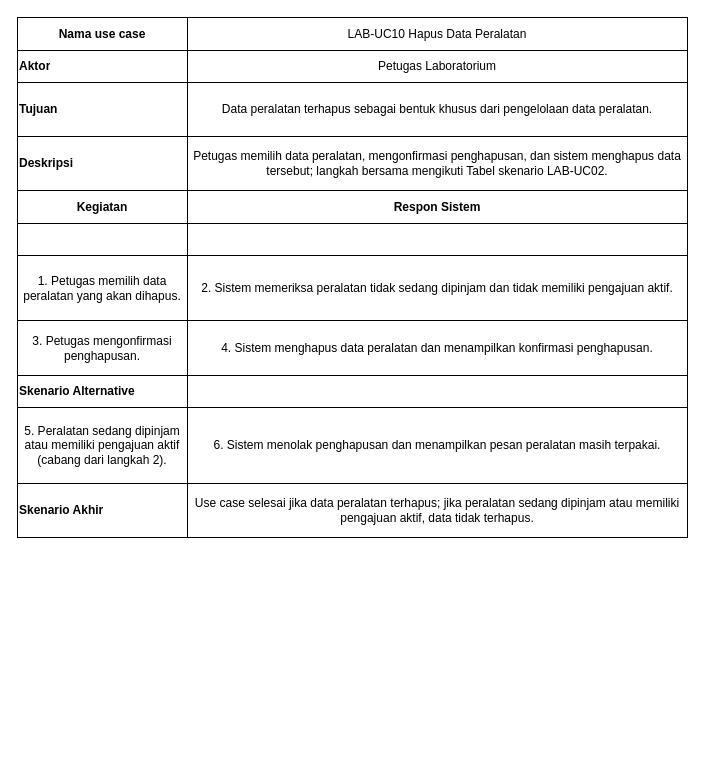
Above: page "Page-10" (10 of 12) of 04_model_analisis/P05/LAB/P05_2406030_LAB_skenario_v01.drawio in eyka02/IFRWP5149_2406030_LabAlat (draw.io), before the change. Source tidied: cells renumbered, new cells numbered last; positions are measured from the earlier drawing's top-left corner, leaving out a move shared by most shapes. Both pictures are drawn from the tidied source at 100%, with x=0, y=0 at pixel (17, 17).
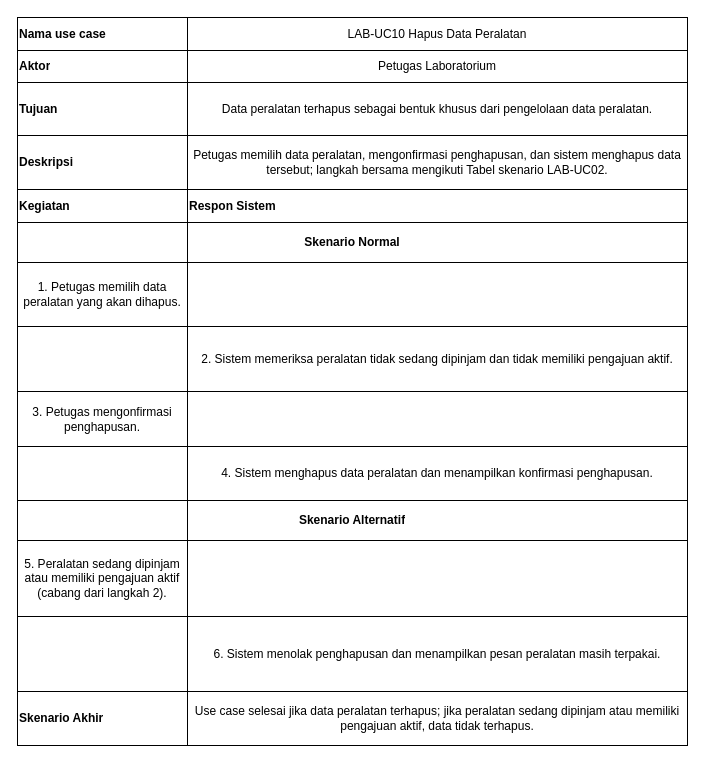
The same diagram, later.

Diff of the diagram source:
```diff
@@
     <mxCell id="2" style="shape=table;startSize=0;childLayout=tableLayout;fixedHeader=1;tableRender=collapsed;" parent="1" vertex="1">
-      <mxGeometry width="670" height="520" as="geometry" />
+      <mxGeometry width="670" height="728" as="geometry" />
     </mxCell>
-    <mxCell id="3" style="shape=tableRow;horizontal=0;startSize=0;swimlaneHead=0;swimlaneBody=0;strokeColor=inherit;fillColor=none;fixedHeader=1;" parent="2" vertex="1">
+    <mxCell id="3" style="shape=tableRow;horizontal=0;startSize=0;strokeColor=#000000;strokeWidth=1;fillColor=none;" parent="2" vertex="1">
       <mxGeometry width="670" height="33" as="geometry" />
     </mxCell>
-    <mxCell id="4" value="&lt;b&gt;Nama use case&lt;/b&gt;" style="shape=partialRectangle;html=1;whiteSpace=wrap;strokeColor=inherit;overflow=hidden;fillColor=none;" parent="3" vertex="1">
+    <mxCell id="4" value="&lt;b&gt;Nama use case&lt;/b&gt;" style="shape=partialRectangle;html=1;whiteSpace=wrap;strokeColor=#000000;strokeWidth=1;overflow=hidden;fillColor=none;align=left;verticalAlign=middle;" parent="3" vertex="1">
       <mxGeometry width="170" height="33" as="geometry" />
     </mxCell>
-    <mxCell id="5" value="LAB-UC10 Hapus Data Peralatan" style="shape=partialRectangle;html=1;whiteSpace=wrap;strokeColor=inherit;overflow=hidden;fillColor=none;" parent="3" vertex="1">
+    <mxCell id="5" value="LAB-UC10 Hapus Data Peralatan" style="shape=partialRectangle;html=1;whiteSpace=wrap;strokeColor=#000000;strokeWidth=1;overflow=hidden;fillColor=none;verticalAlign=middle;" parent="3" vertex="1">
       <mxGeometry x="170" width="500" height="33" as="geometry" />
     </mxCell>
-    <mxCell id="6" style="shape=tableRow;horizontal=0;startSize=0;strokeColor=inherit;fillColor=none;fixedHeader=1;" parent="2" vertex="1">
+    <mxCell id="6" style="shape=tableRow;horizontal=0;startSize=0;strokeColor=#000000;strokeWidth=1;fillColor=none;" parent="2" vertex="1">
       <mxGeometry y="33" width="670" height="32" as="geometry" />
     </mxCell>
-    <mxCell id="7" value="&lt;b&gt;Aktor&lt;/b&gt;" style="shape=partialRectangle;html=1;whiteSpace=wrap;strokeColor=inherit;overflow=hidden;fillColor=none;align=left;" parent="6" vertex="1">
+    <mxCell id="7" value="&lt;b&gt;Aktor&lt;/b&gt;" style="shape=partialRectangle;html=1;whiteSpace=wrap;strokeColor=#000000;strokeWidth=1;overflow=hidden;fillColor=none;align=left;verticalAlign=middle;" parent="6" vertex="1">
       <mxGeometry width="170" height="32" as="geometry" />
     </mxCell>
-    <mxCell id="8" value="Petugas Laboratorium" style="shape=partialRectangle;html=1;whiteSpace=wrap;strokeColor=inherit;overflow=hidden;fillColor=none;" parent="6" vertex="1">
+    <mxCell id="8" value="Petugas Laboratorium" style="shape=partialRectangle;html=1;whiteSpace=wrap;strokeColor=#000000;strokeWidth=1;overflow=hidden;fillColor=none;verticalAlign=middle;" parent="6" vertex="1">
       <mxGeometry x="170" width="500" height="32" as="geometry" />
     </mxCell>
-    <mxCell id="9" style="shape=tableRow;horizontal=0;startSize=0;strokeColor=inherit;fillColor=none;fixedHeader=1;" parent="2" vertex="1">
-      <mxGeometry y="65" width="670" height="54" as="geometry" />
+    <mxCell id="9" style="shape=tableRow;horizontal=0;startSize=0;strokeColor=#000000;strokeWidth=1;fillColor=none;" parent="2" vertex="1">
+      <mxGeometry y="65" width="670" height="53" as="geometry" />
     </mxCell>
-    <mxCell id="10" value="&lt;b&gt;Tujuan&lt;/b&gt;" style="shape=partialRectangle;html=1;whiteSpace=wrap;strokeColor=inherit;overflow=hidden;fillColor=none;align=left;" parent="9" vertex="1">
-      <mxGeometry width="170" height="54" as="geometry" />
+    <mxCell id="10" value="&lt;b&gt;Tujuan&lt;/b&gt;" style="shape=partialRectangle;html=1;whiteSpace=wrap;strokeColor=#000000;strokeWidth=1;overflow=hidden;fillColor=none;align=left;verticalAlign=middle;" parent="9" vertex="1">
+      <mxGeometry width="170" height="53" as="geometry" />
     </mxCell>
-    <mxCell id="11" value="Data peralatan terhapus sebagai bentuk khusus dari pengelolaan data peralatan." style="shape=partialRectangle;html=1;whiteSpace=wrap;strokeColor=inherit;overflow=hidden;fillColor=none;" parent="9" vertex="1">
-      <mxGeometry x="170" width="500" height="54" as="geometry" />
+    <mxCell id="11" value="Data peralatan terhapus sebagai bentuk khusus dari pengelolaan data peralatan." style="shape=partialRectangle;html=1;whiteSpace=wrap;strokeColor=#000000;strokeWidth=1;overflow=hidden;fillColor=none;verticalAlign=middle;" parent="9" vertex="1">
+      <mxGeometry x="170" width="500" height="53" as="geometry" />
     </mxCell>
-    <mxCell id="12" style="shape=tableRow;horizontal=0;startSize=0;strokeColor=inherit;fillColor=none;fixedHeader=1;" parent="2" vertex="1">
-      <mxGeometry y="119" width="670" height="54" as="geometry" />
+    <mxCell id="12" style="shape=tableRow;horizontal=0;startSize=0;strokeColor=#000000;strokeWidth=1;fillColor=none;" parent="2" vertex="1">
+      <mxGeometry y="118" width="670" height="54" as="geometry" />
     </mxCell>
-    <mxCell id="13" value="&lt;b&gt;Deskripsi&lt;/b&gt;" style="shape=partialRectangle;html=1;whiteSpace=wrap;strokeColor=inherit;overflow=hidden;fillColor=none;align=left;" parent="12" vertex="1">
+    <mxCell id="13" value="&lt;b&gt;Deskripsi&lt;/b&gt;" style="shape=partialRectangle;html=1;whiteSpace=wrap;strokeColor=#000000;strokeWidth=1;overflow=hidden;fillColor=none;align=left;verticalAlign=middle;" parent="12" vertex="1">
       <mxGeometry width="170" height="54" as="geometry" />
     </mxCell>
-    <mxCell id="14" value="Petugas memilih data peralatan, mengonfirmasi penghapusan, dan sistem menghapus data tersebut; langkah bersama mengikuti Tabel skenario LAB-UC02." style="shape=partialRectangle;html=1;whiteSpace=wrap;strokeColor=inherit;overflow=hidden;fillColor=none;" parent="12" vertex="1">
+    <mxCell id="14" value="Petugas memilih data peralatan, mengonfirmasi penghapusan, dan sistem menghapus data tersebut; langkah bersama mengikuti Tabel skenario LAB-UC02." style="shape=partialRectangle;html=1;whiteSpace=wrap;strokeColor=#000000;strokeWidth=1;overflow=hidden;fillColor=none;verticalAlign=middle;" parent="12" vertex="1">
       <mxGeometry x="170" width="500" height="54" as="geometry" />
     </mxCell>
-    <mxCell id="15" style="shape=tableRow;horizontal=0;startSize=0;strokeColor=inherit;fillColor=none;fixedHeader=1;" parent="2" vertex="1">
-      <mxGeometry y="173" width="670" height="33" as="geometry" />
+    <mxCell id="15" style="shape=tableRow;horizontal=0;startSize=0;strokeColor=#000000;strokeWidth=1;fillColor=none;" parent="2" vertex="1">
+      <mxGeometry y="172" width="670" height="33" as="geometry" />
     </mxCell>
-    <mxCell id="16" value="&lt;b&gt;Kegiatan&lt;/b&gt;" style="shape=partialRectangle;html=1;whiteSpace=wrap;strokeColor=inherit;overflow=hidden;fillColor=none;" parent="15" vertex="1">
+    <mxCell id="16" value="&lt;b&gt;Kegiatan&lt;/b&gt;" style="shape=partialRectangle;html=1;whiteSpace=wrap;strokeColor=#000000;strokeWidth=1;overflow=hidden;fillColor=none;align=left;verticalAlign=middle;" parent="15" vertex="1">
       <mxGeometry width="170" height="33" as="geometry" />
     </mxCell>
-    <mxCell id="17" value="&lt;b&gt;Respon Sistem&lt;/b&gt;" style="shape=partialRectangle;html=1;whiteSpace=wrap;strokeColor=inherit;overflow=hidden;fillColor=none;" parent="15" vertex="1">
+    <mxCell id="17" value="&lt;b&gt;Respon Sistem&lt;/b&gt;" style="shape=partialRectangle;html=1;whiteSpace=wrap;strokeColor=#000000;strokeWidth=1;overflow=hidden;fillColor=none;align=left;verticalAlign=middle;" parent="15" vertex="1">
       <mxGeometry x="170" width="500" height="33" as="geometry" />
     </mxCell>
-    <mxCell id="18" style="shape=tableRow;horizontal=0;startSize=0;strokeColor=inherit;fillColor=none;fixedHeader=1;" parent="2" vertex="1">
-      <mxGeometry y="206" width="670" height="32" as="geometry" />
+    <mxCell id="18" style="shape=tableRow;horizontal=0;startSize=0;strokeColor=#000000;strokeWidth=1;fillColor=none;" parent="2" vertex="1">
+      <mxGeometry y="205" width="670" height="40" as="geometry" />
     </mxCell>
-    <mxCell id="19" style="shape=partialRectangle;html=1;whiteSpace=wrap;strokeColor=inherit;overflow=hidden;fillColor=none;align=left;" parent="18" vertex="1">
-      <mxGeometry width="170" height="32" as="geometry" />
+    <mxCell id="19" value="&lt;b&gt;Skenario Normal&lt;/b&gt;" style="shape=partialRectangle;html=1;whiteSpace=wrap;strokeColor=#000000;strokeWidth=1;overflow=hidden;fillColor=none;align=center;verticalAlign=middle;" parent="18" vertex="1">
+      <mxGeometry width="670" height="40" as="geometry" />
     </mxCell>
-    <mxCell id="20" style="shape=partialRectangle;html=1;whiteSpace=wrap;strokeColor=inherit;overflow=hidden;fillColor=none;" parent="18" vertex="1">
-      <mxGeometry x="170" width="500" height="32" as="geometry" />
-    </mxCell>
-    <mxCell id="21" style="shape=tableRow;horizontal=0;startSize=0;strokeColor=inherit;fillColor=none;fixedHeader=1;" parent="2" vertex="1">
-      <mxGeometry y="238" width="670" height="65" as="geometry" />
+    <mxCell id="21" style="shape=tableRow;horizontal=0;startSize=0;strokeColor=#000000;strokeWidth=1;fillColor=none;" parent="2" vertex="1">
+      <mxGeometry y="245" width="670" height="64" as="geometry" />
     </mxCell>
-    <mxCell id="22" value="1. Petugas memilih data peralatan yang akan dihapus." style="shape=partialRectangle;html=1;whiteSpace=wrap;strokeColor=inherit;overflow=hidden;fillColor=none;" parent="21" vertex="1">
-      <mxGeometry width="170" height="65" as="geometry" />
+    <mxCell id="22" value="1. Petugas memilih data peralatan yang akan dihapus." style="shape=partialRectangle;html=1;whiteSpace=wrap;strokeColor=#000000;strokeWidth=1;overflow=hidden;fillColor=none;verticalAlign=middle;" parent="21" vertex="1">
+      <mxGeometry width="170" height="64" as="geometry" />
     </mxCell>
-    <mxCell id="23" value="2. Sistem memeriksa peralatan tidak sedang dipinjam dan tidak memiliki pengajuan aktif." style="shape=partialRectangle;html=1;whiteSpace=wrap;strokeColor=inherit;overflow=hidden;fillColor=none;" parent="21" vertex="1">
-      <mxGeometry x="170" width="500" height="65" as="geometry" />
+    <mxCell id="23" style="shape=partialRectangle;html=1;whiteSpace=wrap;strokeColor=#000000;strokeWidth=1;overflow=hidden;fillColor=none;verticalAlign=middle;" parent="21" vertex="1">
+      <mxGeometry x="170" width="500" height="64" as="geometry" />
     </mxCell>
-    <mxCell id="24" style="shape=tableRow;horizontal=0;startSize=0;strokeColor=inherit;fillColor=none;fixedHeader=1;" parent="2" vertex="1">
-      <mxGeometry y="303" width="670" height="55" as="geometry" />
+    <mxCell id="24" style="shape=tableRow;horizontal=0;startSize=0;strokeColor=#000000;strokeWidth=1;fillColor=none;" parent="2" vertex="1">
+      <mxGeometry y="309" width="670" height="65" as="geometry" />
     </mxCell>
-    <mxCell id="25" value="3. Petugas mengonfirmasi penghapusan." style="shape=partialRectangle;html=1;whiteSpace=wrap;strokeColor=inherit;overflow=hidden;fillColor=none;" parent="24" vertex="1">
-      <mxGeometry width="170" height="55" as="geometry" />
+    <mxCell id="25" style="shape=partialRectangle;html=1;whiteSpace=wrap;strokeColor=#000000;strokeWidth=1;overflow=hidden;fillColor=none;verticalAlign=middle;" parent="24" vertex="1">
+      <mxGeometry width="170" height="65" as="geometry" />
     </mxCell>
-    <mxCell id="26" value="4. Sistem menghapus data peralatan dan menampilkan konfirmasi penghapusan." style="shape=partialRectangle;html=1;whiteSpace=wrap;strokeColor=inherit;overflow=hidden;fillColor=none;" parent="24" vertex="1">
-      <mxGeometry x="170" width="500" height="55" as="geometry" />
+    <mxCell id="26" value="2. Sistem memeriksa peralatan tidak sedang dipinjam dan tidak memiliki pengajuan aktif." style="shape=partialRectangle;html=1;whiteSpace=wrap;strokeColor=#000000;strokeWidth=1;overflow=hidden;fillColor=none;verticalAlign=middle;" parent="24" vertex="1">
+      <mxGeometry x="170" width="500" height="65" as="geometry" />
     </mxCell>
-    <mxCell id="27" style="shape=tableRow;horizontal=0;startSize=0;strokeColor=inherit;fillColor=none;fixedHeader=1;" parent="2" vertex="1">
-      <mxGeometry y="358" width="670" height="32" as="geometry" />
+    <mxCell id="27" style="shape=tableRow;horizontal=0;startSize=0;strokeColor=#000000;strokeWidth=1;fillColor=none;" parent="2" vertex="1">
+      <mxGeometry y="374" width="670" height="55" as="geometry" />
     </mxCell>
-    <mxCell id="28" value="&lt;b&gt;Skenario Alternative&lt;/b&gt;" style="shape=partialRectangle;html=1;whiteSpace=wrap;strokeColor=inherit;overflow=hidden;fillColor=none;align=left;" parent="27" vertex="1">
-      <mxGeometry width="170" height="32" as="geometry" />
+    <mxCell id="28" value="3. Petugas mengonfirmasi penghapusan." style="shape=partialRectangle;html=1;whiteSpace=wrap;strokeColor=#000000;strokeWidth=1;overflow=hidden;fillColor=none;verticalAlign=middle;" parent="27" vertex="1">
+      <mxGeometry width="170" height="55" as="geometry" />
     </mxCell>
-    <mxCell id="29" style="shape=partialRectangle;html=1;whiteSpace=wrap;strokeColor=inherit;overflow=hidden;fillColor=none;" parent="27" vertex="1">
-      <mxGeometry x="170" width="500" height="32" as="geometry" />
+    <mxCell id="29" style="shape=partialRectangle;html=1;whiteSpace=wrap;strokeColor=#000000;strokeWidth=1;overflow=hidden;fillColor=none;verticalAlign=middle;" parent="27" vertex="1">
+      <mxGeometry x="170" width="500" height="55" as="geometry" />
     </mxCell>
-    <mxCell id="30" style="shape=tableRow;horizontal=0;startSize=0;strokeColor=inherit;fillColor=none;fixedHeader=1;" parent="2" vertex="1">
-      <mxGeometry y="390" width="670" height="76" as="geometry" />
+    <mxCell id="30" style="shape=tableRow;horizontal=0;startSize=0;strokeColor=#000000;strokeWidth=1;fillColor=none;" parent="2" vertex="1">
+      <mxGeometry y="429" width="670" height="54" as="geometry" />
     </mxCell>
-    <mxCell id="31" value="5. Peralatan sedang dipinjam atau memiliki pengajuan aktif (cabang dari langkah 2)." style="shape=partialRectangle;html=1;whiteSpace=wrap;strokeColor=inherit;overflow=hidden;fillColor=none;" parent="30" vertex="1">
-      <mxGeometry width="170" height="76" as="geometry" />
+    <mxCell id="31" style="shape=partialRectangle;html=1;whiteSpace=wrap;strokeColor=#000000;strokeWidth=1;overflow=hidden;fillColor=none;verticalAlign=middle;" parent="30" vertex="1">
+      <mxGeometry width="170" height="54" as="geometry" />
     </mxCell>
-    <mxCell id="32" value="6. Sistem menolak penghapusan dan menampilkan pesan peralatan masih terpakai." style="shape=partialRectangle;html=1;whiteSpace=wrap;strokeColor=inherit;overflow=hidden;fillColor=none;" parent="30" vertex="1">
-      <mxGeometry x="170" width="500" height="76" as="geometry" />
+    <mxCell id="32" value="4. Sistem menghapus data peralatan dan menampilkan konfirmasi penghapusan." style="shape=partialRectangle;html=1;whiteSpace=wrap;strokeColor=#000000;strokeWidth=1;overflow=hidden;fillColor=none;verticalAlign=middle;" parent="30" vertex="1">
+      <mxGeometry x="170" width="500" height="54" as="geometry" />
     </mxCell>
-    <mxCell id="33" style="shape=tableRow;horizontal=0;startSize=0;strokeColor=inherit;fillColor=none;fixedHeader=1;" parent="2" vertex="1">
-      <mxGeometry y="466" width="670" height="54" as="geometry" />
+    <mxCell id="33" style="shape=tableRow;horizontal=0;startSize=0;strokeColor=#000000;strokeWidth=1;fillColor=none;" parent="2" vertex="1">
+      <mxGeometry y="483" width="670" height="40" as="geometry" />
     </mxCell>
-    <mxCell id="34" value="&lt;b&gt;Skenario Akhir&lt;/b&gt;" style="shape=partialRectangle;html=1;whiteSpace=wrap;strokeColor=inherit;overflow=hidden;fillColor=none;align=left;" parent="33" vertex="1">
-      <mxGeometry width="170" height="54" as="geometry" />
+    <mxCell id="34" value="&lt;b&gt;Skenario Alternatif&lt;/b&gt;" style="shape=partialRectangle;html=1;whiteSpace=wrap;strokeColor=#000000;strokeWidth=1;overflow=hidden;fillColor=none;align=center;verticalAlign=middle;" parent="33" vertex="1">
+      <mxGeometry width="670" height="40" as="geometry" />
     </mxCell>
+    <mxCell id="36" style="shape=tableRow;horizontal=0;startSize=0;strokeColor=#000000;strokeWidth=1;fillColor=none;" parent="2" vertex="1">
+      <mxGeometry y="523" width="670" height="76" as="geometry" />
+    </mxCell>
+    <mxCell id="37" value="5. Peralatan sedang dipinjam atau memiliki pengajuan aktif (cabang dari langkah 2)." style="shape=partialRectangle;html=1;whiteSpace=wrap;strokeColor=#000000;strokeWidth=1;overflow=hidden;fillColor=none;verticalAlign=middle;" parent="36" vertex="1">
+      <mxGeometry width="170" height="76" as="geometry" />
+    </mxCell>
+    <mxCell id="38" style="shape=partialRectangle;html=1;whiteSpace=wrap;strokeColor=#000000;strokeWidth=1;overflow=hidden;fillColor=none;verticalAlign=middle;" parent="36" vertex="1">
+      <mxGeometry x="170" width="500" height="76" as="geometry" />
+    </mxCell>
+    <mxCell id="39" style="shape=tableRow;horizontal=0;startSize=0;strokeColor=#000000;strokeWidth=1;fillColor=none;" parent="2" vertex="1">
+      <mxGeometry y="599" width="670" height="75" as="geometry" />
+    </mxCell>
+    <mxCell id="40" style="shape=partialRectangle;html=1;whiteSpace=wrap;strokeColor=#000000;strokeWidth=1;overflow=hidden;fillColor=none;verticalAlign=middle;" parent="39" vertex="1">
+      <mxGeometry width="170" height="75" as="geometry" />
+    </mxCell>
+    <mxCell id="41" value="6. Sistem menolak penghapusan dan menampilkan pesan peralatan masih terpakai." style="shape=partialRectangle;html=1;whiteSpace=wrap;strokeColor=#000000;strokeWidth=1;overflow=hidden;fillColor=none;verticalAlign=middle;" parent="39" vertex="1">
+      <mxGeometry x="170" width="500" height="75" as="geometry" />
+    </mxCell>
+    <mxCell id="42" style="shape=tableRow;horizontal=0;startSize=0;strokeColor=#000000;strokeWidth=1;fillColor=none;" parent="2" vertex="1">
+      <mxGeometry y="674" width="670" height="54" as="geometry" />
+    </mxCell>
+    <mxCell id="43" value="&lt;b&gt;Skenario Akhir&lt;/b&gt;" style="shape=partialRectangle;html=1;whiteSpace=wrap;strokeColor=#000000;strokeWidth=1;overflow=hidden;fillColor=none;align=left;verticalAlign=middle;" parent="42" vertex="1">
+      <mxGeometry width="170" height="54" as="geometry" />
+    </mxCell>
-    <mxCell id="35" value="Use case selesai jika data peralatan terhapus; jika peralatan sedang dipinjam atau memiliki pengajuan aktif, data tidak terhapus." style="shape=partialRectangle;html=1;whiteSpace=wrap;strokeColor=inherit;overflow=hidden;fillColor=none;" parent="33" vertex="1">
+    <mxCell id="35" value="Use case selesai jika data peralatan terhapus; jika peralatan sedang dipinjam atau memiliki pengajuan aktif, data tidak terhapus." style="shape=partialRectangle;html=1;whiteSpace=wrap;strokeColor=#000000;strokeWidth=1;overflow=hidden;fillColor=none;verticalAlign=middle;" parent="42" vertex="1">
       <mxGeometry x="170" width="500" height="54" as="geometry" />
     </mxCell>
```
